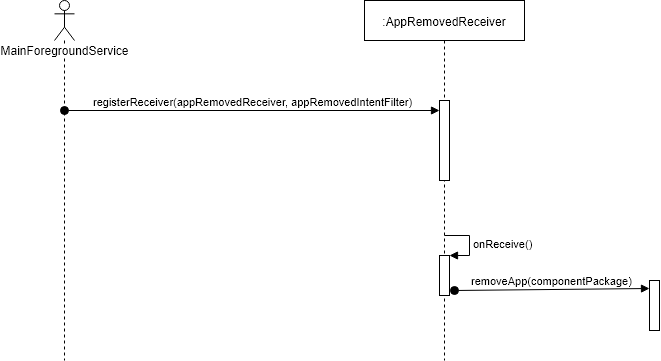
Before: graphics/charts/App Removed Sequnce Diagram.png, a diagram exported from draw.io (xMansour/KidSafe). Source tidied: cells renumbered, new cells last; positions are measured from the earlier drawing's top-left corner, leaving out a move shared by most shapes.
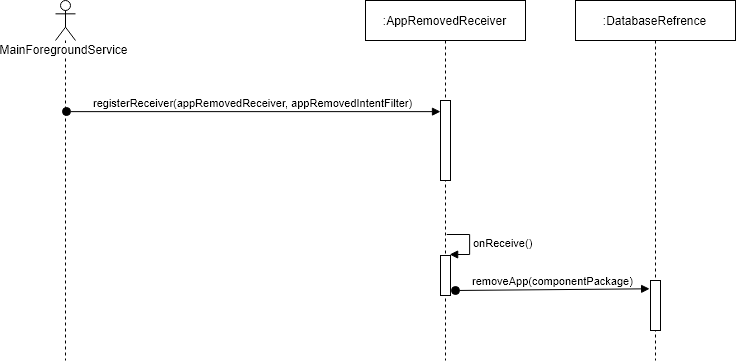
After the change.

What changed in the source:
```diff
@@ -5,33 +5,36 @@
     <mxCell id="2" value="MainForegroundService" style="shape=umlLifeline;participant=umlActor;perimeter=lifelinePerimeter;whiteSpace=wrap;html=1;verticalAlign=top;spacingTop=36;labelBackgroundColor=#ffffff;outlineConnect=0;" parent="1" vertex="1">
       <mxGeometry width="20" height="360" as="geometry" />
     </mxCell>
-    <mxCell id="3" style="html=1;points=[];perimeter=orthogonalPerimeter;" parent="1" vertex="1">
-      <mxGeometry x="595" y="280" width="10" height="50" as="geometry" />
+    <mxCell id="3" value=":DatabaseRefrence" style="shape=umlLifeline;perimeter=lifelinePerimeter;whiteSpace=wrap;html=1;outlineConnect=0;" parent="1" vertex="1">
+      <mxGeometry x="520" width="160" height="360" as="geometry" />
     </mxCell>
-    <mxCell id="4" value=":AppRemovedReceiver" style="shape=umlLifeline;perimeter=lifelinePerimeter;whiteSpace=wrap;html=1;outlineConnect=0;" parent="1" vertex="1">
-      <mxGeometry x="310" width="160" height="360" as="geometry" />
+    <mxCell id="4" style="html=1;points=[];perimeter=orthogonalPerimeter;" parent="3" vertex="1">
+      <mxGeometry x="75" y="280" width="10" height="50" as="geometry" />
     </mxCell>
-    <mxCell id="5" style="html=1;points=[];perimeter=orthogonalPerimeter;" parent="4" vertex="1">
-      <mxGeometry x="75" y="100" width="10" height="80" as="geometry" />
+    <mxCell id="5" value=":AppRemovedReceiver" style="shape=umlLifeline;perimeter=lifelinePerimeter;whiteSpace=wrap;html=1;outlineConnect=0;" parent="1" vertex="1">
+      <mxGeometry x="310" width="160" height="360" as="geometry" />
     </mxCell>
-    <mxCell id="6" style="html=1;points=[];perimeter=orthogonalPerimeter;" parent="4" vertex="1">
-      <mxGeometry x="75" y="255" width="10" height="40" as="geometry" />
+    <mxCell id="6" style="html=1;points=[];perimeter=orthogonalPerimeter;" parent="5" vertex="1">
+      <mxGeometry x="75" y="100" width="10" height="80" as="geometry" />
     </mxCell>
-    <mxCell id="7" value="onReceive()" style="edgeStyle=orthogonalEdgeStyle;html=1;align=left;spacingLeft=2;endArrow=block;rounded=0;entryX=1;entryY=0;" parent="4" edge="1" target="6">
-      <mxGeometry relative="1" as="geometry">
-        <mxPoint x="80" y="235" as="sourcePoint" />
-        <Array as="points">
-          <mxPoint x="105" y="235" />
-        </Array>
-      </mxGeometry>
+    <mxCell id="7" style="html=1;points=[];perimeter=orthogonalPerimeter;" parent="5" vertex="1">
+      <mxGeometry x="75" y="255" width="10" height="40" as="geometry" />
     </mxCell>
-    <mxCell id="8" value="removeApp(componentPackage)" style="html=1;verticalAlign=bottom;startArrow=oval;startFill=1;endArrow=block;startSize=8;entryX=0;entryY=0.167;entryDx=0;entryDy=0;entryPerimeter=0;" parent="4" edge="1" target="3">
+    <mxCell id="8" value="onReceive()" style="edgeStyle=orthogonalEdgeStyle;html=1;align=left;spacingLeft=2;endArrow=block;rounded=0;entryX=1;entryY=0;" parent="5" edge="1" target="7">
       <mxGeometry relative="1" as="geometry">
-        <mxPoint x="90" y="290" as="sourcePoint" />
+        <mxPoint x="80" y="235" as="sourcePoint" />
+        <Array as="points">
+          <mxPoint x="105" y="235" />
+        </Array>
       </mxGeometry>
     </mxCell>
-    <mxCell id="9" value="registerReceiver(appRemovedReceiver, appRemovedIntentFilter)" style="html=1;verticalAlign=bottom;startArrow=oval;endArrow=block;startSize=8;exitX=0.5;exitY=0.306;exitDx=0;exitDy=0;exitPerimeter=0;" parent="1" edge="1" source="2" target="5">
-      <mxGeometry relative="1" as="geometry" />
+    <mxCell id="9" value="removeApp(componentPackage)" style="html=1;verticalAlign=bottom;startArrow=oval;startFill=1;endArrow=block;startSize=8;entryX=0;entryY=0.167;entryDx=0;entryDy=0;entryPerimeter=0;" parent="5" edge="1" target="4">
+      <mxGeometry relative="1" as="geometry">
+        <mxPoint x="90" y="290" as="sourcePoint" />
+      </mxGeometry>
     </mxCell>
+    <mxCell id="10" value="registerReceiver(appRemovedReceiver, appRemovedIntentFilter)" style="html=1;verticalAlign=bottom;startArrow=oval;endArrow=block;startSize=8;exitX=0.5;exitY=0.306;exitDx=0;exitDy=0;exitPerimeter=0;" parent="1" edge="1" source="2" target="6">
+      <mxGeometry relative="1" as="geometry" />
+    </mxCell>
   </root>
 </mxGraphModel>
```
